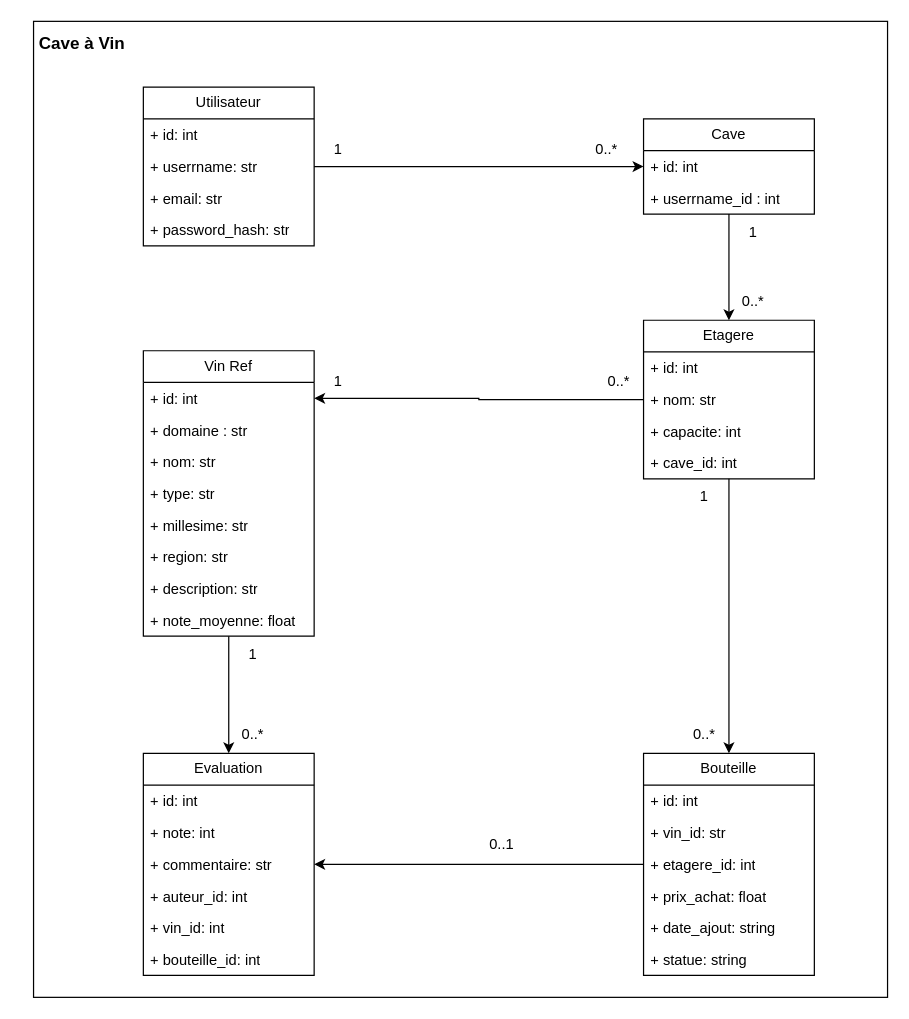
Before: cave-a-vin.drawio in HTags733/cave_a_vin, a draw.io diagram. Source tidied: cells renumbered, new cells numbered last; positions are measured from the earlier drawing's top-left corner, leaving out a move shared by most shapes. Both pictures are drawn from the tidied source at 122%, with x=0, y=0 at pixel (21, 21).
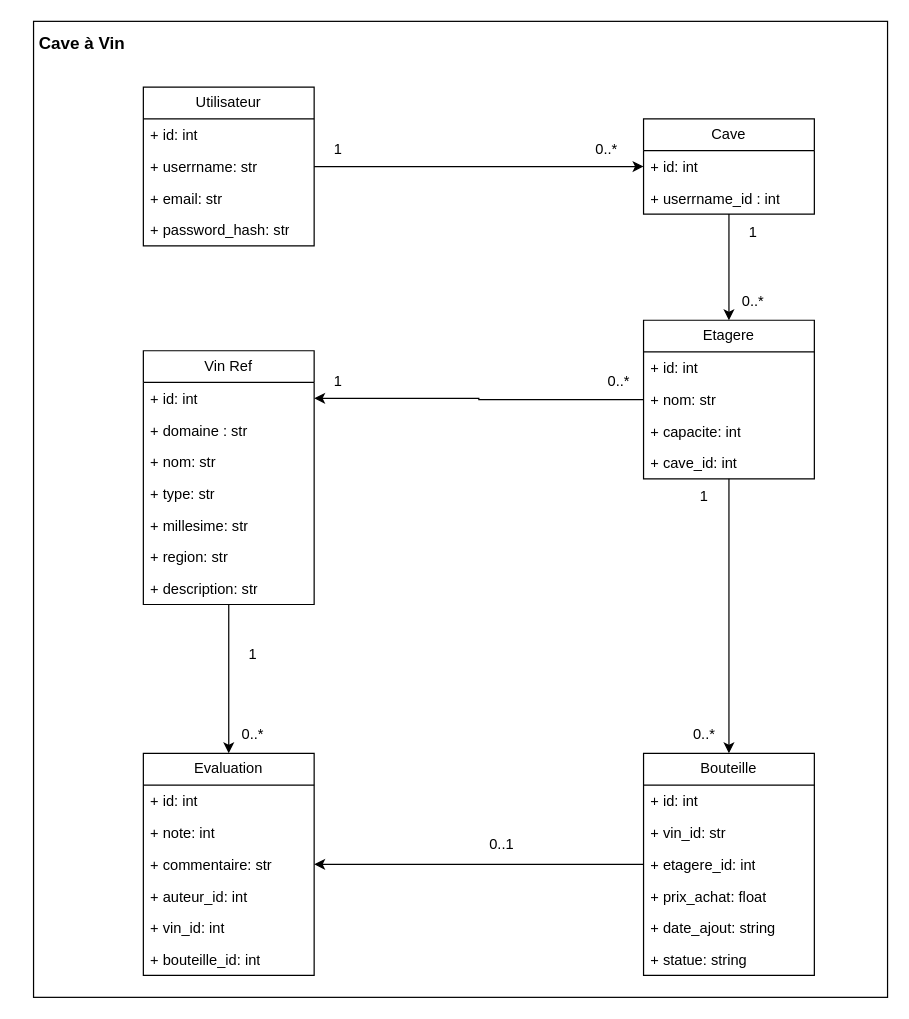
Above is the later version.

Change to the diagram source:
```diff
@@
     <mxCell id="22" value="Vin Ref" style="swimlane;fontStyle=0;horizontal=1;startSize=26;fillColor=none;whiteSpace=wrap;html=1;" parent="1" vertex="1">
-      <mxGeometry x="100" y="270" width="140" height="234" as="geometry" />
+      <mxGeometry x="100" y="270" width="140" height="208" as="geometry" />
     </mxCell>
@@
-    <mxCell id="30" value="+ note_moyenne: float" style="text;strokeColor=none;fillColor=none;align=left;verticalAlign=top;spacingLeft=4;spacingRight=4;overflow=hidden;whiteSpace=wrap;html=1;" parent="22" vertex="1">
-      <mxGeometry y="208" width="140" height="26" as="geometry" />
-    </mxCell>
```
